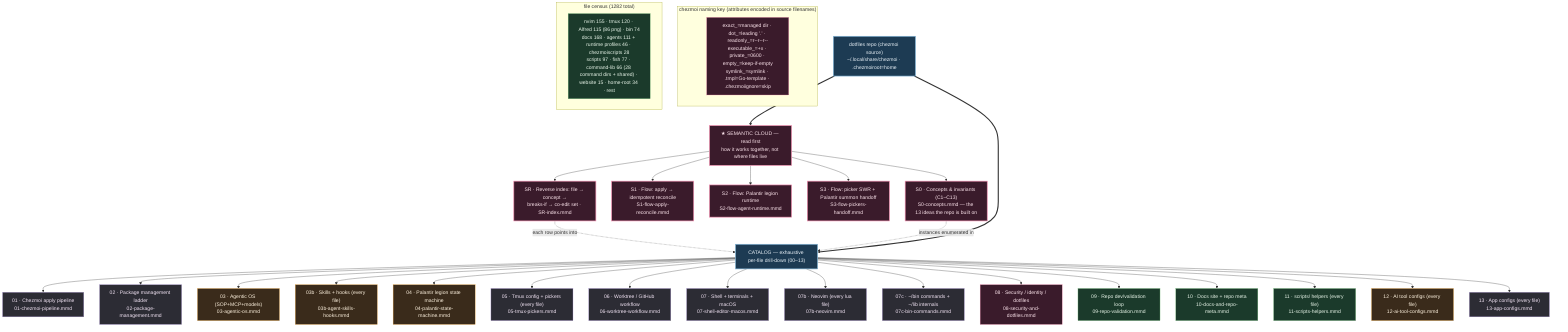
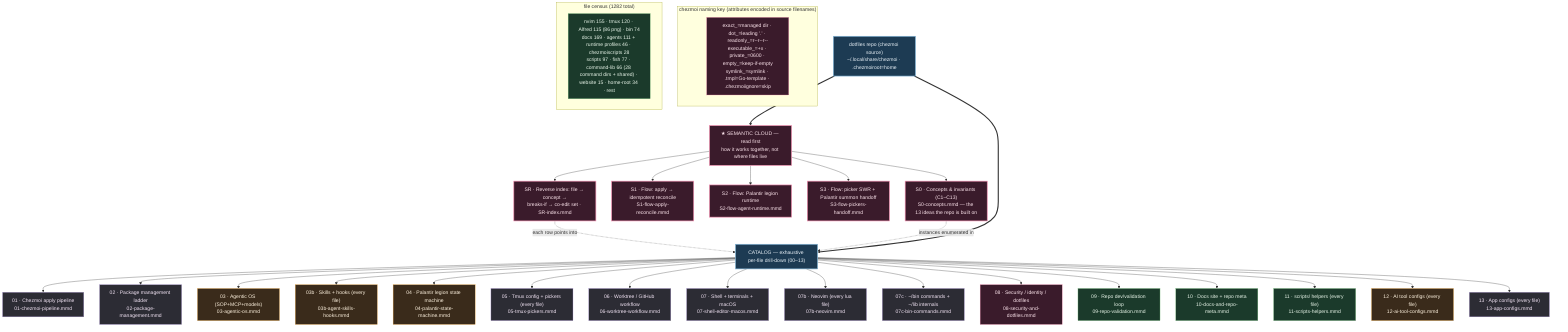
%% ============================================================================
%% 00-overview.mmd — Master navigation map for kapral18/dotfiles
%% TWO LAYERS:
%%   SEMANTIC CLOUD (read first) — how the system THINKS: concepts+invariants
%%     (S0), cross-cutting flows (S1/S2/S3), and a reverse index (SR) that maps
%%     any file to its concept, blast radius, and co-edit set.
%%   CATALOG (drill-down) — how the system is LAID OUT: 00-13 enumerate every
%%     one of the 1282 files in the effective git file set by exact chezmoi source path.
%% `home/` is chezmoi source deployed to $HOME; scripts/tools/website/docs are
%% repo-side (NOT deployed). Each node → a deeper .mmd.
%% ============================================================================
graph TD
    classDef entry fill:#1d3b53,stroke:#7fb3d5,color:#eaf2f8,stroke-width:2px;
    classDef sys fill:#2c2c34,stroke:#b39ddb,color:#f3e5f5;
    classDef ai fill:#3a2b1b,stroke:#ffb74d,color:#fff3e0;
    classDef repo fill:#1b3a2b,stroke:#81c784,color:#e8f5e9;
    classDef data fill:#3a1b2b,stroke:#f48fb1,color:#fce4ec;
    classDef sem fill:#3a1b2b,stroke:#f48fb1,color:#fce4ec,stroke-width:2px;

    ROOT["dotfiles repo (chezmoi source)<br/>~/.local/share/chezmoi · .chezmoiroot=home"]:::entry

    %% ---- SEMANTIC LAYER (read before the catalog) --------------------------
    ROOT ==> SEMHEAD["★ SEMANTIC CLOUD — read first<br/>how it works together, not where files live"]:::sem
    SEMHEAD --> S0["S0 · Concepts & invariants (C1–C13)<br/>S0-concepts.mmd — the 13 ideas the repo is built on"]:::sem
    SEMHEAD --> S1["S1 · Flow: apply → idempotent reconcile<br/>S1-flow-apply-reconcile.mmd"]:::sem
    SEMHEAD --> S2["S2 · Flow: Palantir legion runtime<br/>S2-flow-agent-runtime.mmd"]:::sem
    SEMHEAD --> S3["S3 · Flow: picker SWR + Palantir summon handoff<br/>S3-flow-pickers-handoff.mmd"]:::sem
    SEMHEAD --> SR["SR · Reverse index: file → concept →<br/>breaks-if → co-edit set · SR-index.mmd"]:::sem
    SR -. "each row points into" .-> CATHEAD
    S0 -. "instances enumerated in" .-> CATHEAD

    %% ---- CATALOG LAYER (exhaustive per-file drill-down) --------------------
    ROOT ==> CATHEAD["CATALOG — exhaustive per-file drill-down (00–13)"]:::entry

    CATHEAD --> CZ["01 · Chezmoi apply pipeline<br/>01-chezmoi-pipeline.mmd"]:::sys
    CATHEAD --> PKG["02 · Package management ladder<br/>02-package-management.mmd"]:::sys
    CATHEAD --> AIOS["03 · Agentic OS (SOP+MCP+models)<br/>03-agentic-os.mmd"]:::ai
    CATHEAD --> SKILLS["03b · Skills + hooks (every file)<br/>03b-agent-skills-hooks.mmd"]:::ai
    CATHEAD --> PAL["04 · Palantir legion state machine<br/>04-palantir-state-machine.mmd"]:::ai
    CATHEAD --> TMUX["05 · Tmux config + pickers (every file)<br/>05-tmux-pickers.mmd"]:::sys
    CATHEAD --> WT["06 · Worktree / GitHub workflow<br/>06-worktree-workflow.mmd"]:::sys
    CATHEAD --> SEM["07 · Shell + terminals + macOS<br/>07-shell-editor-macos.mmd"]:::sys
    CATHEAD --> NVIM["07b · Neovim (every lua file)<br/>07b-neovim.mmd"]:::sys
    CATHEAD --> BIN["07c · ~/bin commands + ~/lib internals<br/>07c-bin-commands.mmd"]:::sys
    CATHEAD --> SEC["08 · Security / identity / dotfiles<br/>08-security-and-dotfiles.mmd"]:::data
    CATHEAD --> VAL["09 · Repo dev/validation loop<br/>09-repo-validation.mmd"]:::repo
    CATHEAD --> DOCS["10 · Docs site + repo meta<br/>10-docs-and-repo-meta.mmd"]:::repo
    CATHEAD --> SCRIPTS["11 · scripts/ helpers (every file)<br/>11-scripts-helpers.mmd"]:::repo
    CATHEAD --> AICFG["12 · AI tool configs (every file)<br/>12-ai-tool-configs.mmd"]:::ai
    CATHEAD --> APPS["13 · App configs (every file)<br/>13-app-configs.mmd"]:::sys

    subgraph KEY["chezmoi naming key (attributes encoded in source filenames)"]
        K1["exact_=managed dir · dot_=leading '.' · readonly_=r--r--r--<br/>executable_=+x · private_=0600 · empty_=keep-if-empty<br/>symlink_=symlink · .tmpl=Go-template · .chezmoiignore=skip"]:::data
    end

    subgraph COUNTS["file census (1282 total)"]
-         C1["nvim 155 · tmux 120 · Alfred 115 (86 png) · bin 74<br/>docs 168 · agents 111 + runtime profiles 46 · chezmoiscripts 28<br/>scripts 97 · fish 77 · command-lib 66 (28 command dirs + shared) · website 15 · home-root 34 · rest"]:::repo
+         C1["nvim 155 · tmux 120 · Alfred 115 (86 png) · bin 74<br/>docs 169 · agents 111 + runtime profiles 46 · chezmoiscripts 28<br/>scripts 97 · fish 77 · command-lib 66 (28 command dirs + shared) · website 15 · home-root 34 · rest"]:::repo
    end
